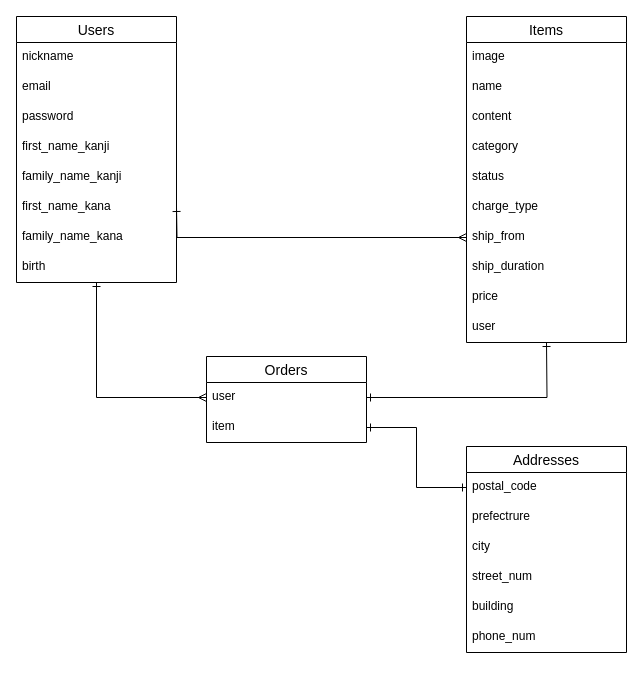
Above: ER.dio in daiki-mrt/furima-31052 (draw.io), before the change. Source tidied: cells renumbered, new cells numbered last; positions are measured from the earlier drawing's top-left corner, leaving out a move shared by most shapes. Both pictures are drawn from the tidied source at 100%, with x=0, y=0 at pixel (16, 16).
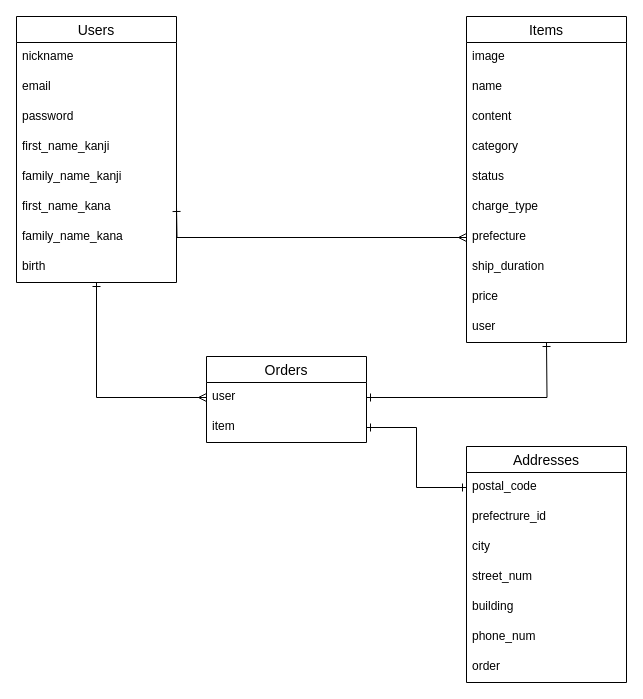
After the change.

Commit message (it also covers changes not shown here):
READMEのDB設計の修正#2

The change refers to these unchanged cells:
```xml
<mxCell id="11" value="Items" style="swimlane;fontStyle=0;horizontal=1;startSize=26;align=center;fontSize=14;" parent="1" vertex="1">
  <mxGeometry x="450" width="160" height="326" as="geometry" />
</mxCell>
```

The edit, as a diff of the source:
```diff
@@
-    <mxCell id="18" value="ship_from" style="text;strokeColor=none;fillColor=none;spacingLeft=4;spacingRight=4;overflow=hidden;points=[[0,0.5],[1,0.5]];portConstraint=eastwest;fontSize=12;" parent="11" vertex="1">
+    <mxCell id="18" value="prefecture" style="text;strokeColor=none;fillColor=none;spacingLeft=4;spacingRight=4;overflow=hidden;points=[[0,0.5],[1,0.5]];portConstraint=eastwest;fontSize=12;" parent="11" vertex="1">
       <mxGeometry y="206" width="160" height="30" as="geometry" />
     </mxCell>
@@
     <mxCell id="29" value="Addresses" style="swimlane;fontStyle=0;horizontal=1;startSize=26;align=center;fontSize=14;" parent="1" vertex="1">
-      <mxGeometry x="450" y="430" width="160" height="206" as="geometry" />
+      <mxGeometry x="450" y="430" width="160" height="236" as="geometry" />
     </mxCell>
@@
-    <mxCell id="31" value="prefectrure" style="text;strokeColor=none;fillColor=none;spacingLeft=4;spacingRight=4;overflow=hidden;fontSize=12;" parent="29" vertex="1">
+    <mxCell id="31" value="prefectrure_id" style="text;strokeColor=none;fillColor=none;spacingLeft=4;spacingRight=4;overflow=hidden;fontSize=12;" parent="29" vertex="1">
       <mxGeometry y="56" width="160" height="30" as="geometry" />
     </mxCell>
@@
+    <mxCell id="36" value="order" style="text;strokeColor=none;fillColor=none;spacingLeft=4;spacingRight=4;overflow=hidden;fontSize=12;" parent="29" vertex="1">
+      <mxGeometry y="206" width="160" height="30" as="geometry" />
+    </mxCell>
```
